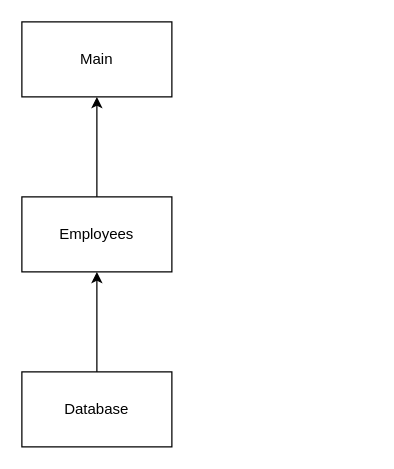
Earlier version of the draw.io diagram diagrams/depend.drawio (patrick-mcisaac/workforce). Source tidied: cells renumbered, new cells numbered last; positions are measured from the earlier drawing's top-left corner, leaving out a move shared by most shapes. Both pictures are drawn from the tidied source at 125%, with x=0, y=0 at pixel (21, 21).
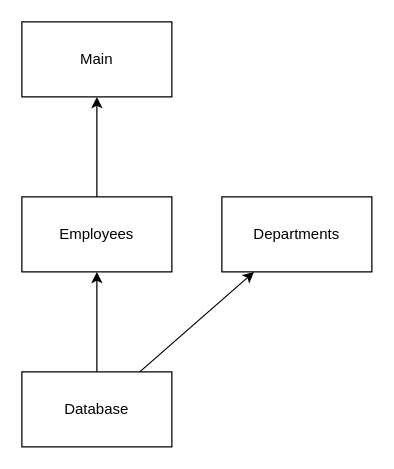
Above is the later version.

Commit message (it also covers changes not shown here):
got the lists displaying correctly

The edit, as a diff of the source:
```diff
@@
 <mxGraphModel>
   <root>
     <mxCell id="0" />
     <mxCell id="1" parent="0" />
     <mxCell id="2" style="edgeStyle=none;html=1;" parent="1" edge="1" source="5" target="3">
       <mxGeometry relative="1" as="geometry" />
     </mxCell>
     <mxCell id="3" value="Main" style="rounded=0;whiteSpace=wrap;html=1;" parent="1" vertex="1">
       <mxGeometry width="120" height="60" as="geometry" />
     </mxCell>
     <mxCell id="4" style="edgeStyle=none;html=1;" parent="1" edge="1" source="6" target="5">
       <mxGeometry relative="1" as="geometry" />
     </mxCell>
     <mxCell id="5" value="Employees" style="whiteSpace=wrap;html=1;rounded=0;" parent="1" vertex="1">
       <mxGeometry y="140" width="120" height="60" as="geometry" />
     </mxCell>
+    <mxCell id="7" style="edgeStyle=none;html=1;" parent="1" edge="1" source="6" target="8">
+      <mxGeometry relative="1" as="geometry" />
+    </mxCell>
     <mxCell id="6" value="Database" style="whiteSpace=wrap;html=1;rounded=0;" parent="1" vertex="1">
       <mxGeometry y="280" width="120" height="60" as="geometry" />
     </mxCell>
+    <mxCell id="8" value="Departments" style="whiteSpace=wrap;html=1;rounded=0;" parent="1" vertex="1">
+      <mxGeometry x="160" y="140" width="120" height="60" as="geometry" />
+    </mxCell>
   </root>
 </mxGraphModel>
```
